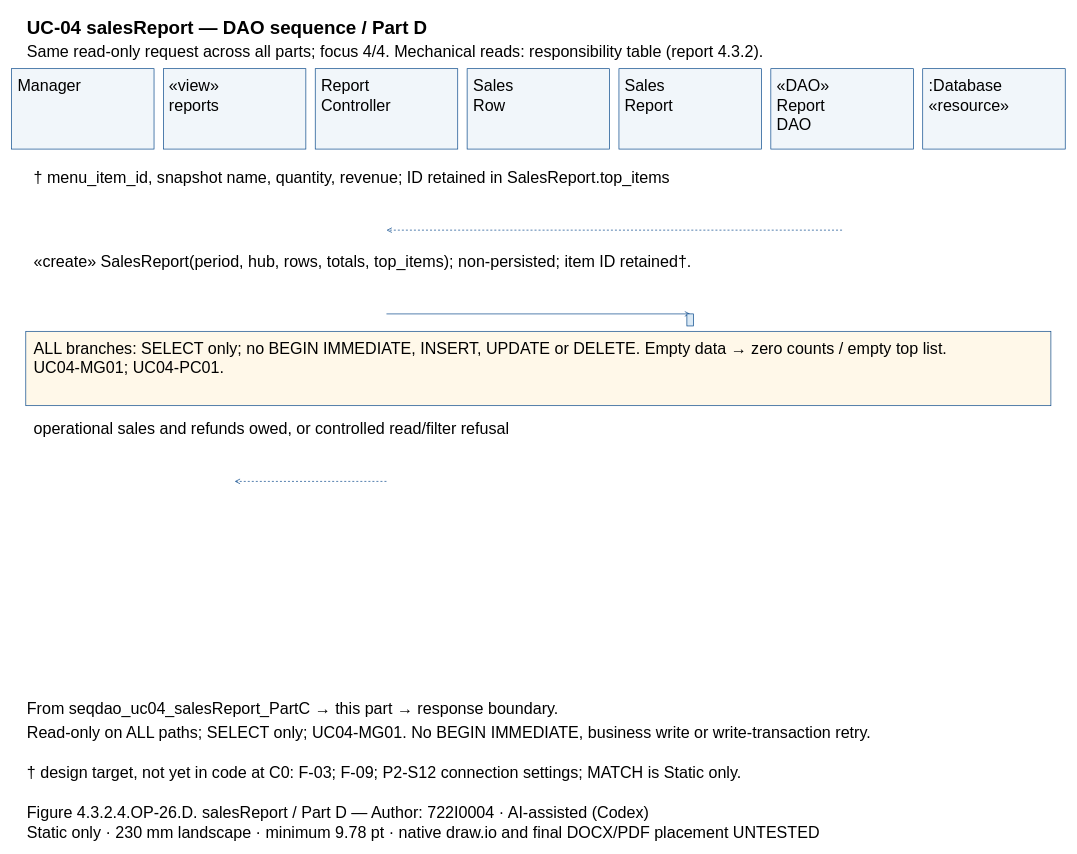
Above: models/UC-04/seqdao_uc04_salesReport_PartD.drawio in Dat071104/SaigonBite (draw.io), before the change. Source tidied: cells renumbered, new cells numbered last; positions are measured from the earlier drawing's top-left corner, leaving out a move shared by most shapes. Both pictures are drawn from the tidied source at 67%, with x=0, y=0 at pixel (11, 11).
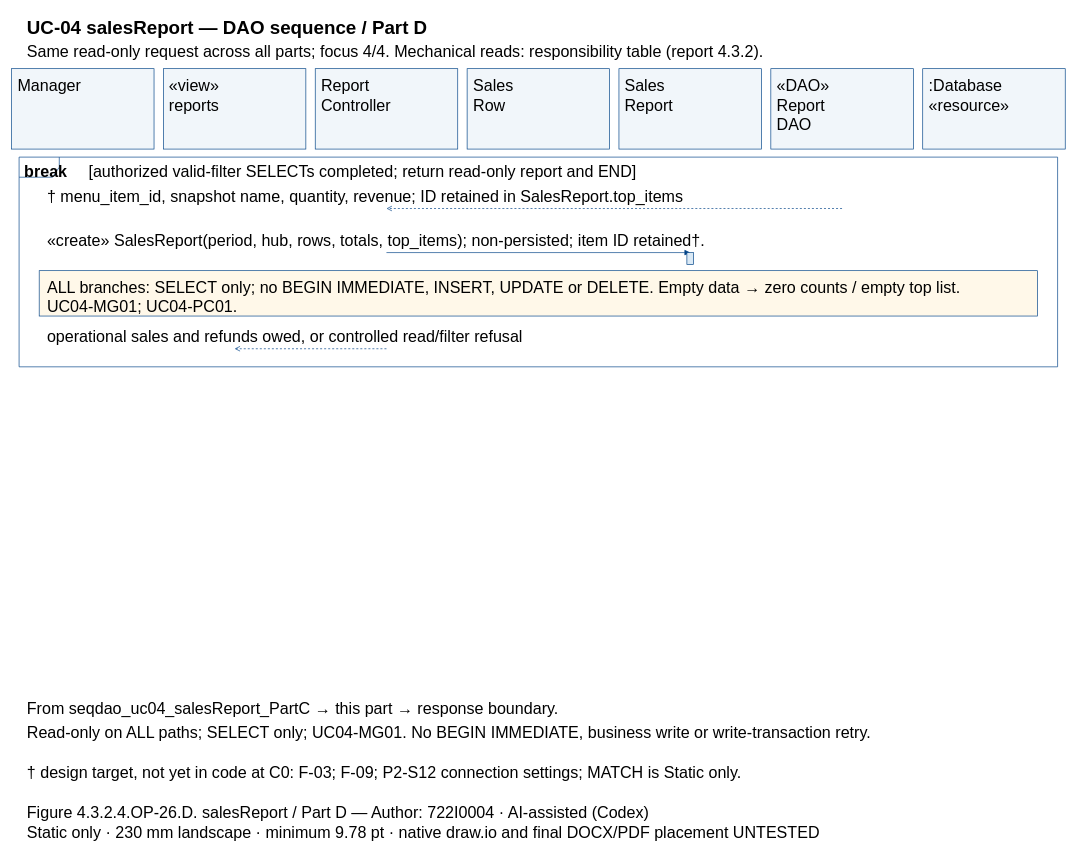
The same page after the edit.

Change to the diagram source:
```diff
@@
+    <mxCell id="38" style="shape=umlFrame;fillColor=none;strokeColor=#004387;" parent="1" vertex="1">
+      <mxGeometry x="11" y="217" width="1550" height="313" as="geometry" />
+    </mxCell>
@@
-    <mxCell id="17" value=":Database&#10;«resource»" style="text;html=0;whiteSpace=wrap;align=left;verticalAlign=top;strokeColor=none;fillColor=none;fontFamily=Arial;fontSize=24;fontStyle=0;" parent="1" vertex="1">
-      <mxGeometry x="1366.7" y="90" width="198.7" height="55.7" as="geometry" />
-    </mxCell>
-    <mxCell id="18" value="† menu_item_id, snapshot name, quantity, revenue; ID retained in SalesReport.top_items" style="text;html=0;whiteSpace=wrap;align=left;verticalAlign=top;strokeColor=none;fillColor=none;fontFamily=Arial;fontSize=24;fontStyle=0;" parent="1" vertex="1">
-      <mxGeometry x="31" y="227" width="1510" height="27.8" as="geometry" />
+    <mxCell id="18" value=":Database&#10;«resource»" style="text;html=0;whiteSpace=wrap;align=left;verticalAlign=top;strokeColor=none;fillColor=none;fontFamily=Arial;fontSize=24;fontStyle=0;" parent="1" vertex="1">
+      <mxGeometry x="1366.7" y="90" width="198.7" height="55.7" as="geometry" />
     </mxCell>
+    <mxCell id="39" value="break" style="text;html=0;whiteSpace=wrap;align=left;verticalAlign=top;strokeColor=none;fillColor=none;fontFamily=Arial;fontSize=24;fontStyle=1;" parent="1" vertex="1">
+      <mxGeometry x="17" y="218" width="84" height="27.8" as="geometry" />
+    </mxCell>
+    <mxCell id="40" value="[authorized valid-filter SELECTs completed; return read-only report and END]" style="text;html=0;whiteSpace=wrap;align=left;verticalAlign=top;strokeColor=none;fillColor=none;fontFamily=Arial;fontSize=24;fontStyle=0;" parent="1" vertex="1">
+      <mxGeometry x="113" y="218" width="1438" height="27.8" as="geometry" />
+    </mxCell>
+    <mxCell id="41" value="† menu_item_id, snapshot name, quantity, revenue; ID retained in SalesReport.top_items" style="text;html=0;whiteSpace=wrap;align=left;verticalAlign=top;strokeColor=none;fillColor=none;fontFamily=Arial;fontSize=24;fontStyle=0;" parent="1" vertex="1">
+      <mxGeometry x="51" y="254.8" width="1470" height="27.8" as="geometry" />
+    </mxCell>
     <mxCell id="19" style="opacity=0;" parent="1" vertex="1">
-      <mxGeometry x="1239.3" y="326" as="geometry" />
+      <mxGeometry x="1239.3" y="293.7" as="geometry" />
     </mxCell>
     <mxCell id="20" style="opacity=0;" parent="1" vertex="1">
-      <mxGeometry x="559.3" y="326" as="geometry" />
+      <mxGeometry x="559.3" y="293.7" as="geometry" />
     </mxCell>
-    <mxCell id="21" style="edgeStyle=none;endArrow=open;strokeColor=#004387;dashed=1;exitX=0.5;entryX=0.5;exitPerimeter=0;entryPerimeter=0;" parent="1" edge="1" source="19" target="20">
+    <mxCell id="21" style="edgeStyle=none;endArrow=open;endFill=0;strokeColor=#004387;dashed=1;exitX=0.5;entryX=0.5;exitPerimeter=0;entryPerimeter=0;" parent="1" edge="1" source="19" target="20">
       <mxGeometry relative="1" as="geometry" />
     </mxCell>
     <mxCell id="22" value="«create» SalesReport(period, hub, rows, totals, top_items); non-persisted; item ID retained†." style="text;html=0;whiteSpace=wrap;align=left;verticalAlign=top;strokeColor=none;fillColor=none;fontFamily=Arial;fontSize=24;fontStyle=0;" parent="1" vertex="1">
-      <mxGeometry x="31" y="352" width="1510" height="27.8" as="geometry" />
+      <mxGeometry x="51" y="320.7" width="1470" height="27.8" as="geometry" />
     </mxCell>
     <mxCell id="23" style="opacity=0;" parent="1" vertex="1">
-      <mxGeometry x="559.3" y="451" as="geometry" />
+      <mxGeometry x="559.3" y="359.5" as="geometry" />
     </mxCell>
     <mxCell id="24" style="opacity=0;" parent="1" vertex="1">
-      <mxGeometry x="1012.7" y="451" as="geometry" />
+      <mxGeometry x="1012.7" y="359.5" as="geometry" />
     </mxCell>
-    <mxCell id="25" style="edgeStyle=none;endArrow=open;strokeColor=#004387;exitX=0.5;entryX=0.5;exitPerimeter=0;entryPerimeter=0;" parent="1" edge="1" source="23" target="24">
+    <mxCell id="25" style="edgeStyle=none;endArrow=block;endFill=1;strokeColor=#004387;exitX=0.5;entryX=0.5;exitPerimeter=0;entryPerimeter=0;" parent="1" edge="1" source="23" target="24">
       <mxGeometry relative="1" as="geometry" />
     </mxCell>
-    <mxCell id="26" style="fillColor=#DAE9F5;strokeColor=#004387;" parent="1" vertex="1">
-      <mxGeometry x="1007.7" y="451" width="10" height="18" as="geometry" />
-    </mxCell>
-    <mxCell id="27" style="fillColor=#FFF8E9;strokeColor=#004387;" parent="1" vertex="1">
-      <mxGeometry x="21" y="477" width="1530" height="111" as="geometry" />
-    </mxCell>
-    <mxCell id="28" value="ALL branches: SELECT only; no BEGIN IMMEDIATE, INSERT, UPDATE or DELETE. Empty data → zero counts / empty top list.&#10;UC04-MG01; UC04-PC01." style="text;html=0;whiteSpace=wrap;align=left;verticalAlign=top;strokeColor=none;fillColor=none;fontFamily=Arial;fontSize=24;fontStyle=0;" parent="1" vertex="1">
-      <mxGeometry x="31" y="482" width="1510" height="55.7" as="geometry" />
-    </mxCell>
-    <mxCell id="29" value="operational sales and refunds owed, or controlled read/filter refusal" style="text;html=0;whiteSpace=wrap;align=left;verticalAlign=top;strokeColor=none;fillColor=none;fontFamily=Arial;fontSize=24;fontStyle=0;" parent="1" vertex="1">
-      <mxGeometry x="31" y="602" width="1510" height="27.8" as="geometry" />
-    </mxCell>
+    <mxCell id="42" style="fillColor=#DAE9F5;strokeColor=#004387;" parent="1" vertex="1">
+      <mxGeometry x="1007.7" y="359.5" width="10" height="18" as="geometry" />
+    </mxCell>
+    <mxCell id="43" style="fillColor=#FFF8E9;strokeColor=#004387;" parent="1" vertex="1">
+      <mxGeometry x="41" y="386.5" width="1490" height="67.7" as="geometry" />
+    </mxCell>
+    <mxCell id="33" value="ALL branches: SELECT only; no BEGIN IMMEDIATE, INSERT, UPDATE or DELETE. Empty data → zero counts / empty top list.&#10;UC04-MG01; UC04-PC01." style="text;html=0;whiteSpace=wrap;align=left;verticalAlign=top;strokeColor=none;fillColor=none;fontFamily=Arial;fontSize=24;fontStyle=0;" parent="1" vertex="1">
+      <mxGeometry x="51" y="390.5" width="1470" height="55.7" as="geometry" />
+    </mxCell>
+    <mxCell id="34" value="operational sales and refunds owed, or controlled read/filter refusal" style="text;html=0;whiteSpace=wrap;align=left;verticalAlign=top;strokeColor=none;fillColor=none;fontFamily=Arial;fontSize=24;fontStyle=0;" parent="1" vertex="1">
+      <mxGeometry x="51" y="464.2" width="1470" height="27.8" as="geometry" />
+    </mxCell>
     <mxCell id="30" style="opacity=0;" parent="1" vertex="1">
-      <mxGeometry x="559.3" y="701" as="geometry" />
+      <mxGeometry x="559.3" y="503" as="geometry" />
     </mxCell>
     <mxCell id="31" style="opacity=0;" parent="1" vertex="1">
-      <mxGeometry x="332.7" y="701" as="geometry" />
+      <mxGeometry x="332.7" y="503" as="geometry" />
     </mxCell>
-    <mxCell id="32" style="edgeStyle=none;endArrow=open;strokeColor=#004387;dashed=1;exitX=0.5;entryX=0.5;exitPerimeter=0;entryPerimeter=0;" parent="1" edge="1" source="30" target="31">
+    <mxCell id="32" style="edgeStyle=none;endArrow=open;endFill=0;strokeColor=#004387;dashed=1;exitX=0.5;entryX=0.5;exitPerimeter=0;entryPerimeter=0;" parent="1" edge="1" source="30" target="31">
       <mxGeometry relative="1" as="geometry" />
     </mxCell>
-    <mxCell id="33" value="From seqdao_uc04_salesReport_PartC → this part → response boundary." style="text;html=0;whiteSpace=wrap;align=left;verticalAlign=top;strokeColor=none;fillColor=none;fontFamily=Arial;fontSize=24;fontStyle=0;" parent="1" vertex="1">
-      <mxGeometry x="21" y="1020" width="1530" height="27.8" as="geometry" />
-    </mxCell>
-    <mxCell id="34" value="Read-only on ALL paths; SELECT only; UC04-MG01. No BEGIN IMMEDIATE, business write or write-transaction retry." style="text;html=0;whiteSpace=wrap;align=left;verticalAlign=top;strokeColor=none;fillColor=none;fontFamily=Arial;fontSize=24;fontStyle=0;" parent="1" vertex="1">
-      <mxGeometry x="21" y="1055" width="1530" height="27.8" as="geometry" />
-    </mxCell>
-    <mxCell id="35" value="† design target, not yet in code at C0: F-03; F-09; P2-S12 connection settings; MATCH is Static only." style="text;html=0;whiteSpace=wrap;align=left;verticalAlign=top;strokeColor=none;fillColor=none;fontFamily=Arial;fontSize=24;fontStyle=0;" parent="1" vertex="1">
-      <mxGeometry x="21" y="1115" width="1530" height="27.8" as="geometry" />
-    </mxCell>
-    <mxCell id="36" value="Figure 4.3.2.4.OP-26.D. salesReport / Part D — Author: 722I0004 · AI-assisted (Codex)" style="text;html=0;whiteSpace=wrap;align=left;verticalAlign=top;strokeColor=none;fillColor=none;fontFamily=Arial;fontSize=24;fontStyle=0;" parent="1" vertex="1">
-      <mxGeometry x="21" y="1175" width="1530" height="27.8" as="geometry" />
+    <mxCell id="36" value="From seqdao_uc04_salesReport_PartC → this part → response boundary." style="text;html=0;whiteSpace=wrap;align=left;verticalAlign=top;strokeColor=none;fillColor=none;fontFamily=Arial;fontSize=24;fontStyle=0;" parent="1" vertex="1">
+      <mxGeometry x="21" y="1020" width="1530" height="27.8" as="geometry" />
     </mxCell>
-    <mxCell id="37" value="Static only · 230 mm landscape · minimum 9.78 pt · native draw.io and final DOCX/PDF placement UNTESTED" style="text;html=0;whiteSpace=wrap;align=left;verticalAlign=top;strokeColor=none;fillColor=none;fontFamily=Arial;fontSize=24;fontStyle=0;" parent="1" vertex="1">
-      <mxGeometry x="21" y="1205" width="1530" height="27.8" as="geometry" />
+    <mxCell id="37" value="Read-only on ALL paths; SELECT only; UC04-MG01. No BEGIN IMMEDIATE, business write or write-transaction retry." style="text;html=0;whiteSpace=wrap;align=left;verticalAlign=top;strokeColor=none;fillColor=none;fontFamily=Arial;fontSize=24;fontStyle=0;" parent="1" vertex="1">
+      <mxGeometry x="21" y="1055" width="1530" height="27.8" as="geometry" />
     </mxCell>
+    <mxCell id="35" value="† design target, not yet in code at C0: F-03; F-09; P2-S12 connection settings; MATCH is Static only." style="text;html=0;whiteSpace=wrap;align=left;verticalAlign=top;strokeColor=none;fillColor=none;fontFamily=Arial;fontSize=24;fontStyle=0;" parent="1" vertex="1">
+      <mxGeometry x="21" y="1115" width="1530" height="27.8" as="geometry" />
+    </mxCell>
+    <mxCell id="44" value="Figure 4.3.2.4.OP-26.D. salesReport / Part D — Author: 722I0004 · AI-assisted (Codex)" style="text;html=0;whiteSpace=wrap;align=left;verticalAlign=top;strokeColor=none;fillColor=none;fontFamily=Arial;fontSize=24;fontStyle=0;" parent="1" vertex="1">
+      <mxGeometry x="21" y="1175" width="1530" height="27.8" as="geometry" />
+    </mxCell>
+    <mxCell id="45" value="Static only · 230 mm landscape · minimum 9.78 pt · native draw.io and final DOCX/PDF placement UNTESTED" style="text;html=0;whiteSpace=wrap;align=left;verticalAlign=top;strokeColor=none;fillColor=none;fontFamily=Arial;fontSize=24;fontStyle=0;" parent="1" vertex="1">
+      <mxGeometry x="21" y="1205" width="1530" height="27.8" as="geometry" />
+    </mxCell>
```
